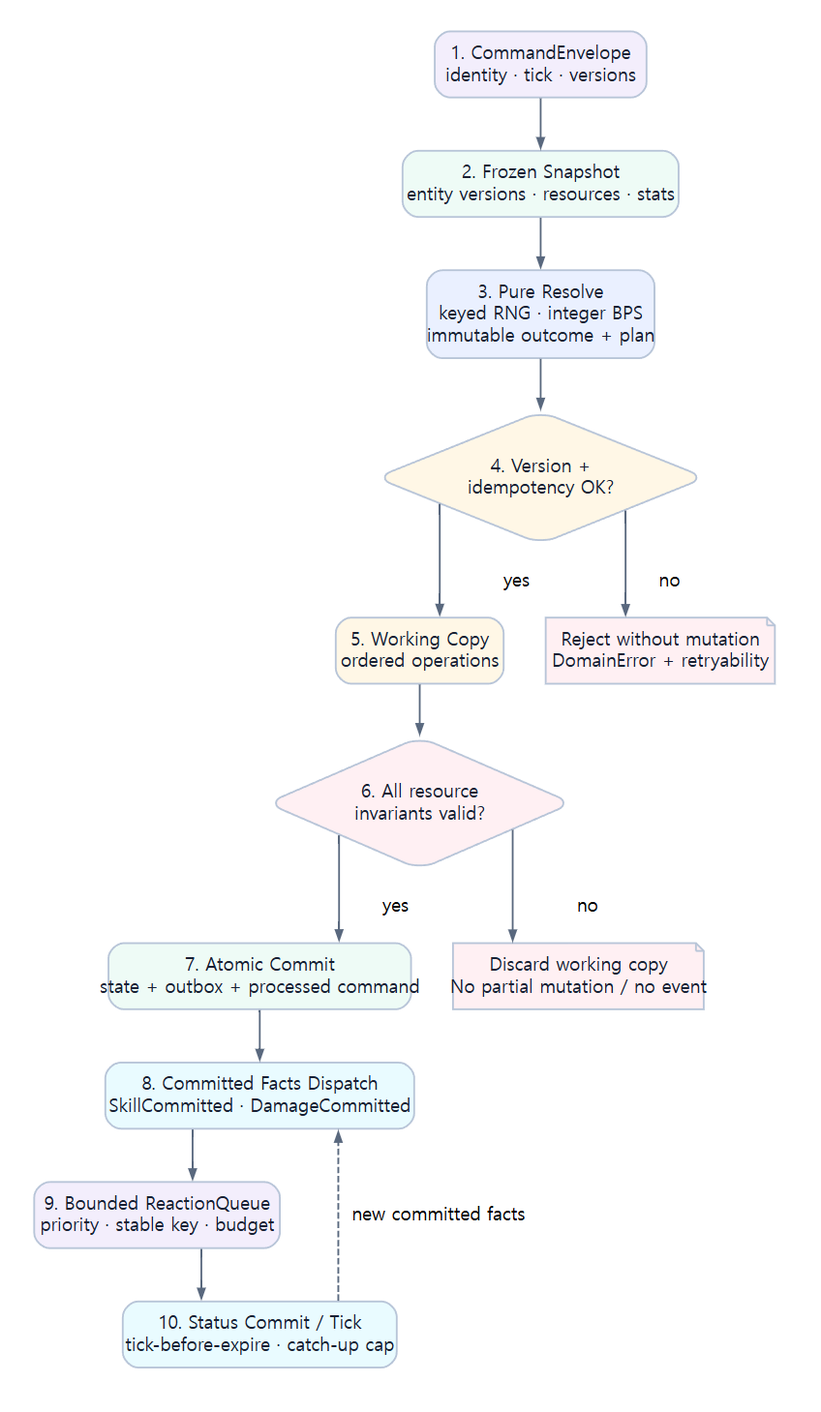
JY-LemongO/game-system-framework-knowledge-site keeps this Graphviz diagram as assets/diagrams/40_resolve_commit_reaction_sequence.png. Above is the earlier version. Its source is kept beside it as source/diagrams/40_resolve_commit_reaction_sequence.dot.
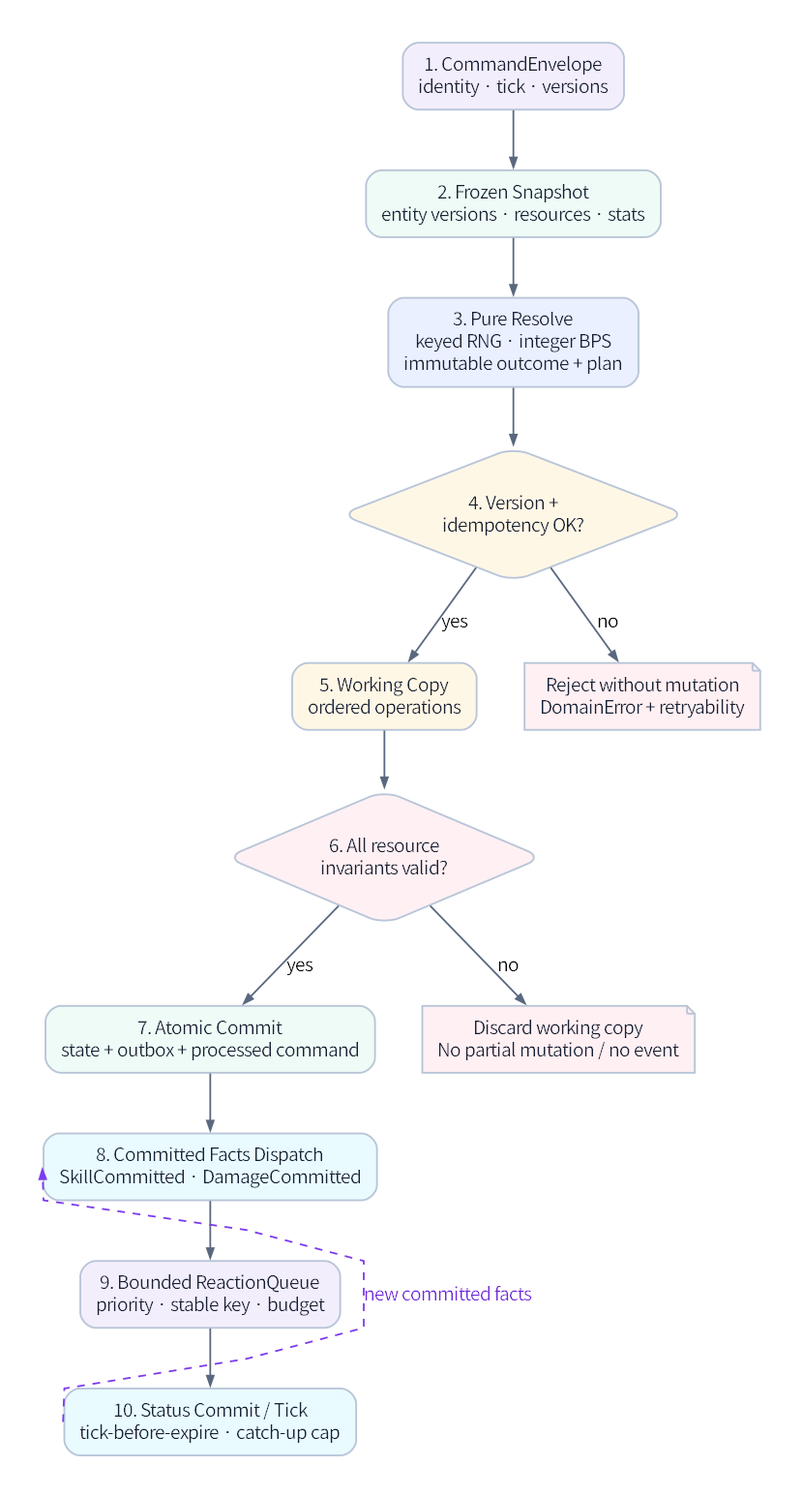
Later version of the same file.

What changed in the source:
```diff
@@ -1,7 +1,7 @@
 digraph G {
-  graph [fontname="Noto Sans CJK KR", bgcolor="#ffffff", margin=0.12, pad=0.34, ranksep=0.55, nodesep=0.45, splines=ortho];
-  node [fontname="Noto Sans CJK KR", shape=box, style="rounded,filled", color="#b8c5d8", penwidth=1.4, fillcolor="#ffffff", fontcolor="#182033", margin="0.17,0.12"];
-  edge [fontname="Noto Sans CJK KR", color="#59687e", arrowsize=0.75, penwidth=1.35];
+  graph [fontname="Noto Sans KR", bgcolor="#ffffff", margin=0.12, pad=0.34, ranksep=0.62, nodesep=0.52, splines=polyline];
+  node [fontname="Noto Sans KR", shape=box, style="rounded,filled", color="#b8c5d8", penwidth=1.4, fillcolor="#ffffff", fontcolor="#182033", margin="0.17,0.12"];
+  edge [fontname="Noto Sans KR", color="#59687e", arrowsize=0.75, penwidth=1.35];
   rankdir=TB;
 
   Command [fillcolor="#f3eefc", label="1. CommandEnvelope\nidentity · tick · versions"];
@@ -24,5 +24,5 @@
   Validate -> Commit [label="yes"];
   Validate -> Rollback [label="no"];
   Commit -> Outbox -> Queue -> Status;
-  Status -> Outbox [style=dashed, label="new committed facts"];
+  Status:w -> Outbox:w [style=dashed, label="new committed facts", color="#7c3aed", fontcolor="#6d28d9", constraint=false];
 }
```
